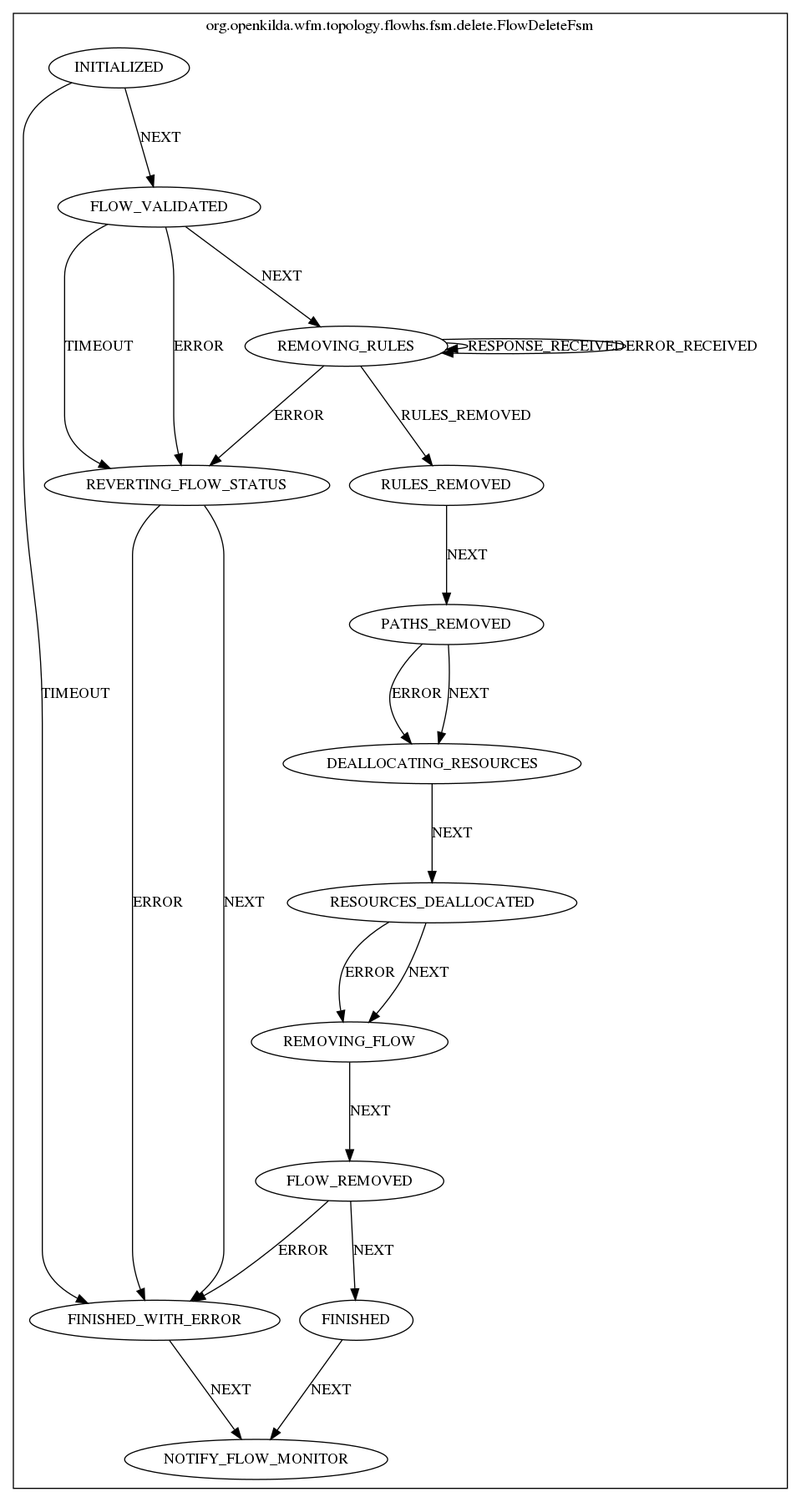
Before: docs/design/hub-and-spoke/crud/delete/flow-delete-fsm.png, a diagram exported from Graphviz (telstra/open-kilda). Its source is kept beside it as docs/design/hub-and-spoke/crud/delete/flow-delete-fsm.dot.
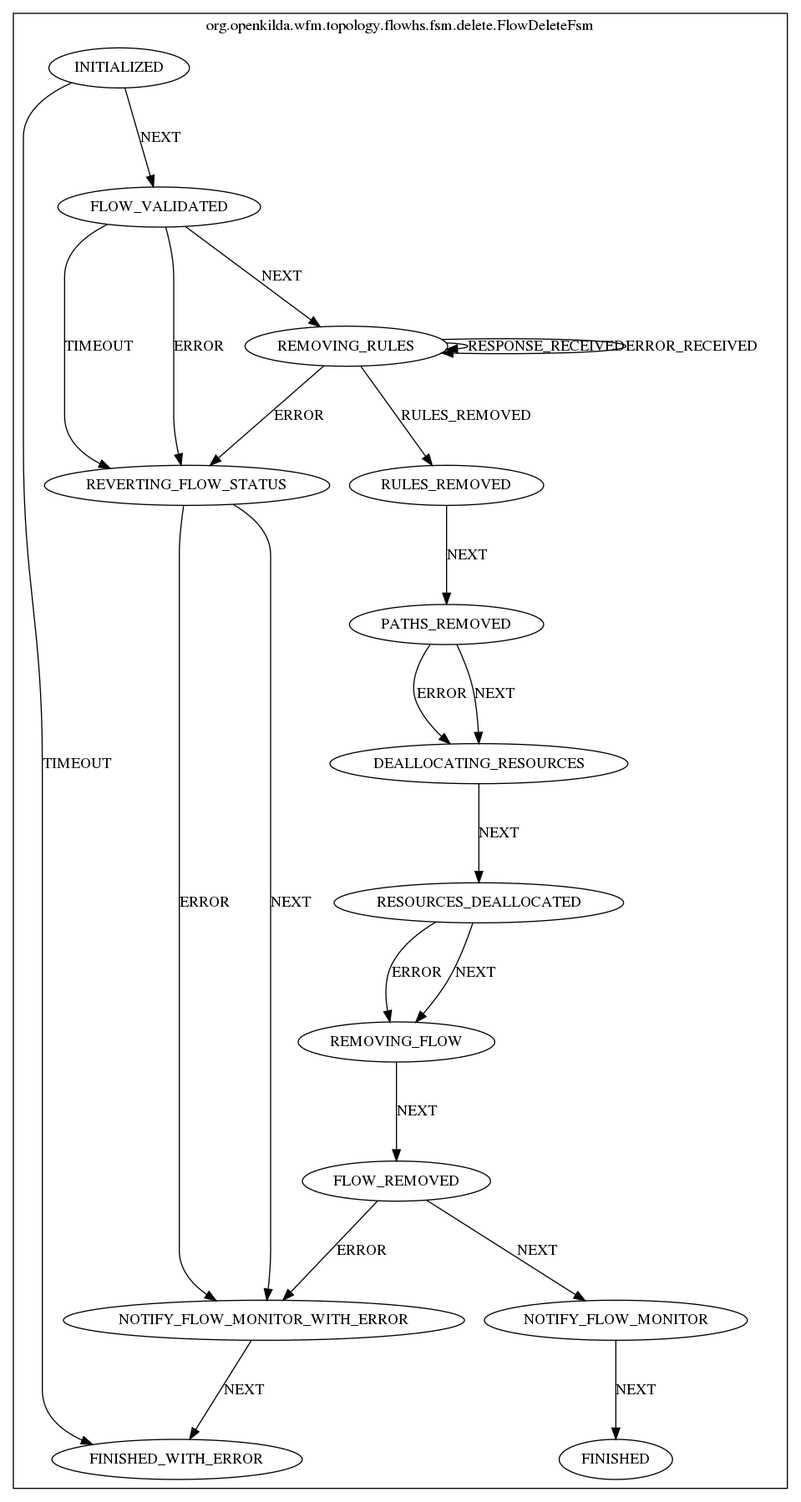
Above is the later version.

Diff of the diagram source:
```diff
@@ -6,6 +6,7 @@
 FINISHED [label="FINISHED"];
 FINISHED_WITH_ERROR [label="FINISHED_WITH_ERROR"];
 NOTIFY_FLOW_MONITOR [label="NOTIFY_FLOW_MONITOR"];
+NOTIFY_FLOW_MONITOR_WITH_ERROR [label="NOTIFY_FLOW_MONITOR_WITH_ERROR"];
 REMOVING_FLOW [label="REMOVING_FLOW"];
 FLOW_VALIDATED [label="FLOW_VALIDATED"];
 RULES_REMOVED [label="RULES_REMOVED"];
@@ -16,9 +17,9 @@
 REMOVING_RULES [label="REMOVING_RULES"];
 REVERTING_FLOW_STATUS [label="REVERTING_FLOW_STATUS"];
 
-FLOW_REMOVED -> FINISHED [ label="NEXT"];
-FINISHED -> NOTIFY_FLOW_MONITOR [ label="NEXT" ];
-FLOW_REMOVED -> FINISHED_WITH_ERROR [ label="ERROR"];
+FLOW_REMOVED -> NOTIFY_FLOW_MONITOR [ label="NEXT"];
+NOTIFY_FLOW_MONITOR -> FINISHED [ label="NEXT" ];
+FLOW_REMOVED -> NOTIFY_FLOW_MONITOR_WITH_ERROR [ label="ERROR"];
 REMOVING_FLOW -> FLOW_REMOVED [ label="NEXT"];
 FLOW_VALIDATED -> REMOVING_RULES [ label="NEXT"];
 FLOW_VALIDATED -> REVERTING_FLOW_STATUS [ label="TIMEOUT"];
@@ -35,7 +36,7 @@
 REMOVING_RULES -> REMOVING_RULES [ label="ERROR_RECEIVED"];
 REMOVING_RULES -> RULES_REMOVED [ label="RULES_REMOVED"];
 REMOVING_RULES -> REVERTING_FLOW_STATUS [ label="ERROR"];
-REVERTING_FLOW_STATUS -> FINISHED_WITH_ERROR [ label="NEXT"];
-REVERTING_FLOW_STATUS -> FINISHED_WITH_ERROR [ label="ERROR"];
-FINISHED_WITH_ERROR -> NOTIFY_FLOW_MONITOR [ label="NEXT"];
+REVERTING_FLOW_STATUS -> NOTIFY_FLOW_MONITOR_WITH_ERROR [ label="NEXT"];
+REVERTING_FLOW_STATUS -> NOTIFY_FLOW_MONITOR_WITH_ERROR [ label="ERROR"];
+NOTIFY_FLOW_MONITOR_WITH_ERROR -> FINISHED_WITH_ERROR [ label="NEXT"];
 }}
```
